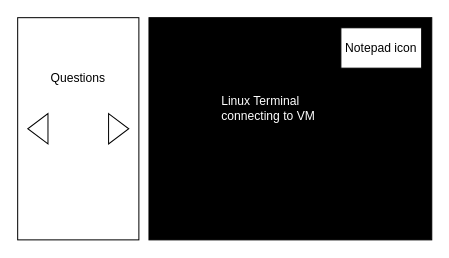
The draw.io diagram page "Page-1" (1 of 2) of Topkuber_Design.drawio in gonchigars/CKAD-exercises, before the edit. Source tidied: cells renumbered, new cells numbered last; positions are measured from the earlier drawing's top-left corner, leaving out a move shared by most shapes. Both pictures are drawn from the tidied source at 101%, with x=0, y=0 at pixel (17, 17).
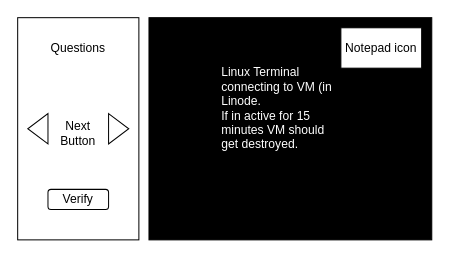
After the change.

Diff of the diagram source:
```diff
@@
 <mxGraphModel>
   <root>
     <mxCell id="0" />
     <mxCell id="1" parent="0" />
     <mxCell id="2" style="rounded=0;whiteSpace=wrap;html=1;fillColor=#000000;" parent="1" vertex="1">
       <mxGeometry x="130" width="280" height="220" as="geometry" />
     </mxCell>
     <mxCell id="3" style="rounded=0;whiteSpace=wrap;html=1;" parent="1" vertex="1">
       <mxGeometry width="120" height="220" as="geometry" />
     </mxCell>
     <mxCell id="4" value="Questions" style="text;html=1;strokeColor=none;fillColor=none;align=center;verticalAlign=middle;whiteSpace=wrap;rounded=0;" parent="1" vertex="1">
-      <mxGeometry x="40" y="50" width="40" height="20" as="geometry" />
+      <mxGeometry x="40" y="20" width="40" height="20" as="geometry" />
     </mxCell>
-    <mxCell id="5" value="&lt;font color=&quot;#ffffff&quot;&gt;Linux Terminal connecting to VM&lt;/font&gt;" style="text;html=1;strokeColor=none;fillColor=none;align=left;verticalAlign=middle;whiteSpace=wrap;rounded=0;" parent="1" vertex="1">
+    <mxCell id="5" value="&lt;font color=&quot;#ffffff&quot;&gt;Linux Terminal connecting to VM (in Linode.&lt;br&gt;If in active for 15 minutes VM should get destroyed.&lt;br&gt;&lt;/font&gt;" style="text;html=1;strokeColor=none;fillColor=none;align=left;verticalAlign=middle;whiteSpace=wrap;rounded=0;" parent="1" vertex="1">
       <mxGeometry x="200" y="80" width="120" height="20" as="geometry" />
     </mxCell>
     <mxCell id="6" style="triangle;whiteSpace=wrap;html=1;" parent="1" vertex="1">
       <mxGeometry x="90" y="95" width="20" height="30" as="geometry" />
     </mxCell>
     <mxCell id="7" style="triangle;whiteSpace=wrap;html=1;rotation=-180;" parent="1" vertex="1">
       <mxGeometry x="10" y="95" width="20" height="30" as="geometry" />
     </mxCell>
     <mxCell id="8" value="Notepad icon" style="rounded=0;whiteSpace=wrap;html=1;fillColor=#FFFFFF;" parent="1" vertex="1">
       <mxGeometry x="320" y="10" width="80" height="40" as="geometry" />
     </mxCell>
+    <mxCell id="9" value="Next Button" style="text;html=1;strokeColor=none;fillColor=none;align=center;verticalAlign=middle;whiteSpace=wrap;rounded=0;" parent="1" vertex="1">
+      <mxGeometry x="40" y="105" width="40" height="20" as="geometry" />
+    </mxCell>
+    <mxCell id="10" value="Verify" style="rounded=1;whiteSpace=wrap;html=1;fillColor=#FFFFFF;" parent="1" vertex="1">
+      <mxGeometry x="30" y="170" width="60" height="20" as="geometry" />
+    </mxCell>
   </root>
 </mxGraphModel>
```
